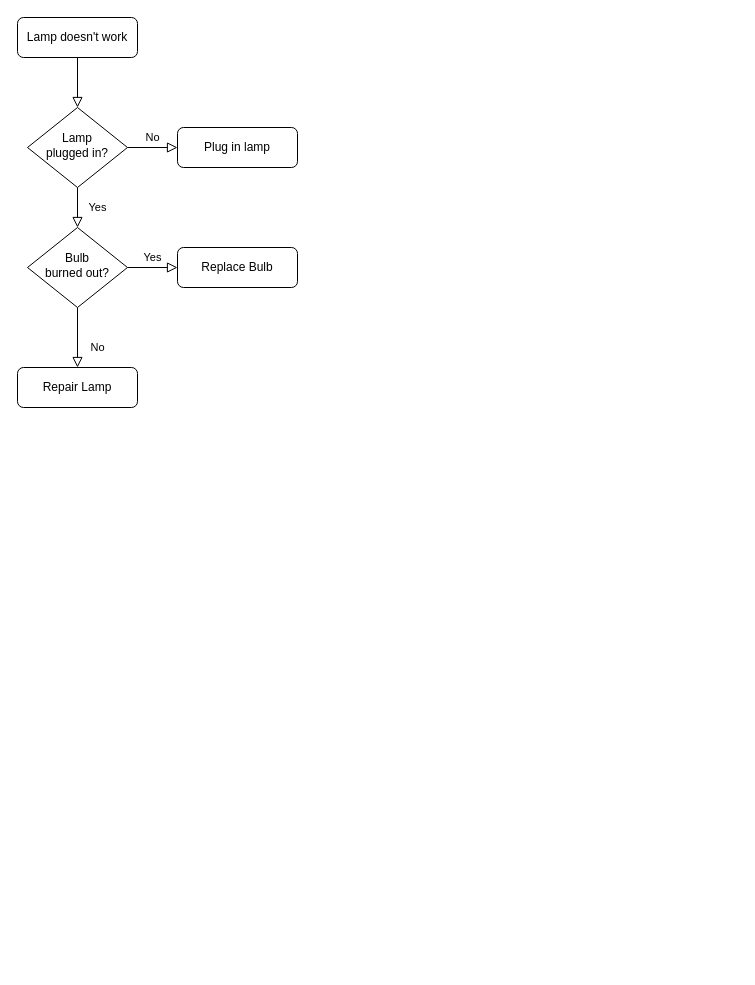
The draw.io diagram SS2.0_thermal_performance.drawio in przesmak/flowchart, before the edit. Source tidied: cells renumbered, new cells numbered last; positions are measured from the earlier drawing's top-left corner, leaving out a move shared by most shapes. Both pictures are drawn from the tidied source at 100%, with x=0, y=0 at pixel (17, 17).
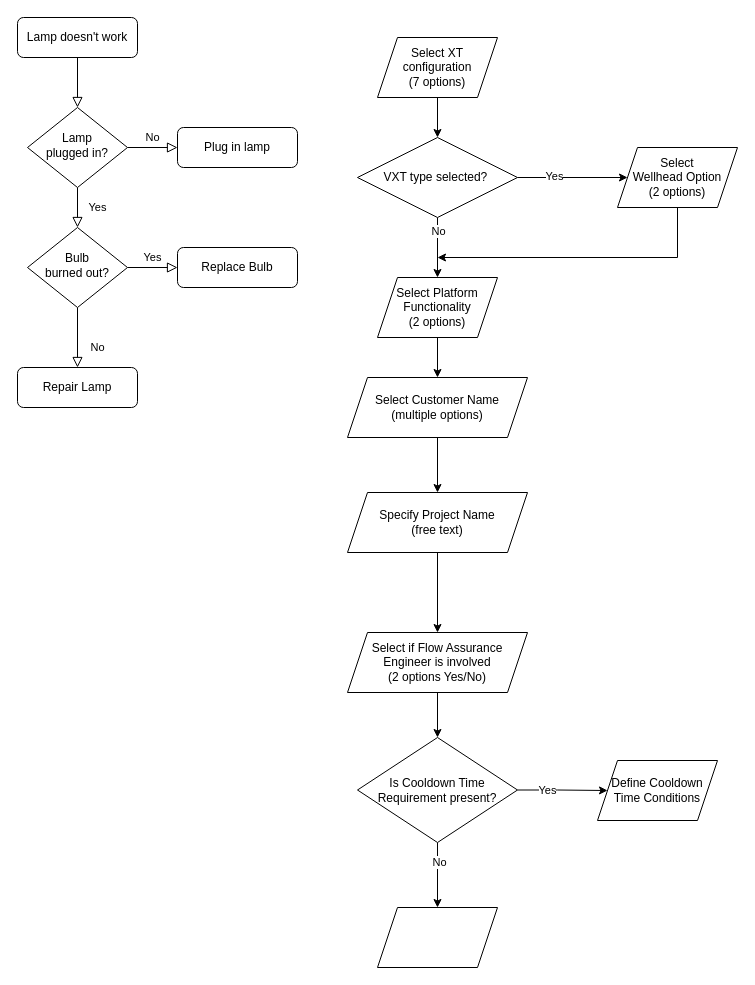
Above is the later version.

Change to the diagram source:
```diff
@@
+    <mxCell id="13" style="edgeStyle=orthogonalEdgeStyle;rounded=0;jettySize=auto;html=1;" parent="1" edge="1" source="14" target="21">
+      <mxGeometry relative="1" as="geometry" />
+    </mxCell>
+    <mxCell id="14" value="Select XT configuration&lt;br&gt;(7 options)" style="shape=parallelogram;perimeter=parallelogramPerimeter;whiteSpace=wrap;html=1;fixedSize=1;" parent="1" vertex="1">
+      <mxGeometry x="360" y="20" width="120" height="60" as="geometry" />
+    </mxCell>
+    <mxCell id="15" style="edgeStyle=orthogonalEdgeStyle;rounded=0;jettySize=auto;html=1;" parent="1" edge="1" source="16" target="25">
+      <mxGeometry relative="1" as="geometry" />
+    </mxCell>
+    <mxCell id="16" value="Select Platform Functionality &lt;br&gt;(2 options)" style="shape=parallelogram;perimeter=parallelogramPerimeter;whiteSpace=wrap;html=1;fixedSize=1;" parent="1" vertex="1">
+      <mxGeometry x="360" y="260" width="120" height="60" as="geometry" />
+    </mxCell>
+    <mxCell id="17" style="edgeStyle=orthogonalEdgeStyle;rounded=0;jettySize=auto;html=1;" parent="1" edge="1" source="21" target="23">
+      <mxGeometry relative="1" as="geometry" />
+    </mxCell>
+    <mxCell id="18" value="Yes" style="edgeLabel;html=1;align=center;verticalAlign=middle;" parent="17" vertex="1">
+      <mxGeometry x="-0.34" y="2" relative="1" as="geometry" />
+    </mxCell>
+    <mxCell id="19" style="edgeStyle=orthogonalEdgeStyle;rounded=0;jettySize=auto;html=1;entryX=0.5;entryY=0;entryDx=0;entryDy=0;" parent="1" edge="1" source="21" target="16">
+      <mxGeometry relative="1" as="geometry" />
+    </mxCell>
+    <mxCell id="20" value="No" style="edgeLabel;html=1;align=center;verticalAlign=middle;" parent="19" vertex="1">
+      <mxGeometry x="-0.55" relative="1" as="geometry" />
+    </mxCell>
+    <mxCell id="21" value="VXT type selected?&amp;nbsp;" style="rhombus;whiteSpace=wrap;html=1;" parent="1" vertex="1">
+      <mxGeometry x="340" y="120" width="160" height="80" as="geometry" />
+    </mxCell>
+    <mxCell id="22" style="edgeStyle=orthogonalEdgeStyle;rounded=0;jettySize=auto;html=1;" parent="1" edge="1" source="23">
+      <mxGeometry relative="1" as="geometry">
+        <mxPoint x="420" y="240" as="targetPoint" />
+        <Array as="points">
+          <mxPoint x="660" y="240" />
+          <mxPoint x="420" y="240" />
+        </Array>
+      </mxGeometry>
+    </mxCell>
+    <mxCell id="23" value="Select &lt;br&gt;Wellhead Option&lt;br&gt;(2 options)" style="shape=parallelogram;perimeter=parallelogramPerimeter;whiteSpace=wrap;html=1;fixedSize=1;" parent="1" vertex="1">
+      <mxGeometry x="600" y="130" width="120" height="60" as="geometry" />
+    </mxCell>
+    <mxCell id="24" style="edgeStyle=orthogonalEdgeStyle;rounded=0;jettySize=auto;html=1;" parent="1" edge="1" source="25" target="27">
+      <mxGeometry relative="1" as="geometry" />
+    </mxCell>
+    <mxCell id="25" value="Select Customer Name&lt;br&gt;(multiple options)" style="shape=parallelogram;perimeter=parallelogramPerimeter;whiteSpace=wrap;html=1;fixedSize=1;" parent="1" vertex="1">
+      <mxGeometry x="330" y="360" width="180" height="60" as="geometry" />
+    </mxCell>
+    <mxCell id="26" style="edgeStyle=orthogonalEdgeStyle;rounded=0;jettySize=auto;html=1;" parent="1" edge="1" source="27" target="29">
+      <mxGeometry relative="1" as="geometry" />
+    </mxCell>
+    <mxCell id="27" value="Specify Project Name &lt;br&gt;(free text)" style="shape=parallelogram;perimeter=parallelogramPerimeter;whiteSpace=wrap;html=1;fixedSize=1;" parent="1" vertex="1">
+      <mxGeometry x="330" y="475" width="180" height="60" as="geometry" />
+    </mxCell>
+    <mxCell id="28" style="edgeStyle=orthogonalEdgeStyle;rounded=0;jettySize=auto;html=1;" parent="1" edge="1" source="29" target="34">
+      <mxGeometry relative="1" as="geometry" />
+    </mxCell>
+    <mxCell id="29" value="Select if Flow Assurance Engineer is involved&lt;br&gt;(2 options Yes/No)" style="shape=parallelogram;perimeter=parallelogramPerimeter;whiteSpace=wrap;html=1;fixedSize=1;" parent="1" vertex="1">
+      <mxGeometry x="330" y="615" width="180" height="60" as="geometry" />
+    </mxCell>
+    <mxCell id="30" style="edgeStyle=orthogonalEdgeStyle;rounded=0;jettySize=auto;html=1;entryX=0.5;entryY=0;entryDx=0;entryDy=0;" parent="1" edge="1" source="34" target="35">
+      <mxGeometry relative="1" as="geometry" />
+    </mxCell>
+    <mxCell id="31" value="No" style="edgeLabel;html=1;align=center;verticalAlign=middle;" parent="30" vertex="1">
+      <mxGeometry x="-0.43" y="1" relative="1" as="geometry" />
+    </mxCell>
+    <mxCell id="32" style="edgeStyle=orthogonalEdgeStyle;rounded=0;jettySize=auto;html=1;entryX=0;entryY=0.5;entryDx=0;entryDy=0;" parent="1" edge="1" source="34" target="36">
+      <mxGeometry relative="1" as="geometry" />
+    </mxCell>
+    <mxCell id="33" value="Yes" style="edgeLabel;html=1;align=center;verticalAlign=middle;" parent="32" vertex="1">
+      <mxGeometry x="-0.37" relative="1" as="geometry" />
+    </mxCell>
+    <mxCell id="34" value="Is Cooldown Time Requirement present?" style="rhombus;whiteSpace=wrap;html=1;" parent="1" vertex="1">
+      <mxGeometry x="340" y="720" width="160" height="105" as="geometry" />
+    </mxCell>
+    <mxCell id="35" style="shape=parallelogram;perimeter=parallelogramPerimeter;whiteSpace=wrap;html=1;fixedSize=1;" parent="1" vertex="1">
+      <mxGeometry x="360" y="890" width="120" height="60" as="geometry" />
+    </mxCell>
+    <mxCell id="36" value="Define Cooldown Time Conditions" style="shape=parallelogram;perimeter=parallelogramPerimeter;whiteSpace=wrap;html=1;fixedSize=1;" parent="1" vertex="1">
+      <mxGeometry x="580" y="743" width="120" height="60" as="geometry" />
+    </mxCell>
```
